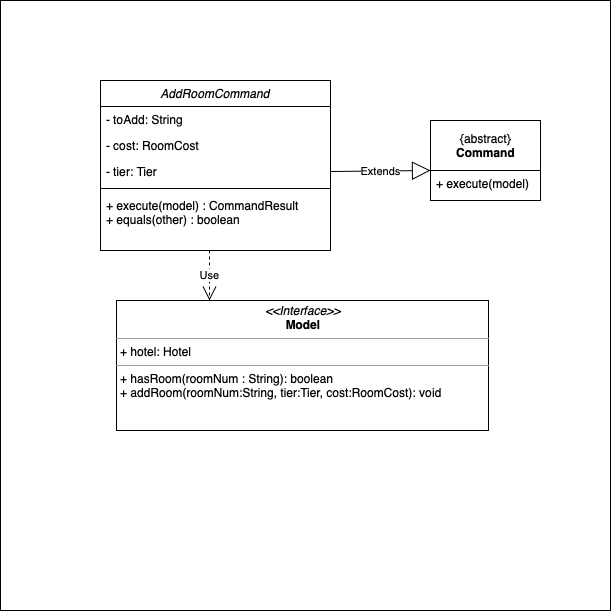
AY1920S2-CS2103T-W13-2/main keeps this draw.io diagram as images/AddRoomClassDiagram.png. Above is the earlier version. Source tidied: cells renumbered, new cells last; positions are measured from the earlier drawing's top-left corner, leaving out a move shared by most shapes. Source of this version:
```xml
<mxGraphModel>
  <root>
    <mxCell id="0" />
    <mxCell id="1" parent="0" />
    <mxCell id="2" style="whiteSpace=wrap;html=1;" parent="1" vertex="1">
      <mxGeometry width="610" height="610" as="geometry" />
    </mxCell>
    <mxCell id="3" style="rounded=0;whiteSpace=wrap;html=1;" parent="1" vertex="1">
      <mxGeometry x="430" y="170" width="110" height="30" as="geometry" />
    </mxCell>
    <mxCell id="4" value="{abstract}&lt;br&gt;&lt;b&gt;Command&lt;/b&gt;" style="html=1;" parent="1" vertex="1">
      <mxGeometry x="430" y="120" width="110" height="50" as="geometry" />
    </mxCell>
    <mxCell id="5" value="+ execute(model)" style="text;strokeColor=none;fillColor=none;align=left;verticalAlign=top;spacingLeft=4;spacingRight=4;overflow=hidden;" parent="1" vertex="1">
      <mxGeometry x="430" y="170" width="110" height="26" as="geometry" />
    </mxCell>
    <mxCell id="6" value="Extends" style="endArrow=block;endSize=16;endFill=0;html=1;exitX=1;exitY=0.5;exitDx=0;exitDy=0;" parent="1" edge="1" source="10">
      <mxGeometry relative="1" as="geometry">
        <mxPoint x="430" y="170" as="targetPoint" />
      </mxGeometry>
    </mxCell>
    <mxCell id="7" value="AddRoomCommand" style="swimlane;fontStyle=2;align=center;verticalAlign=top;horizontal=1;startSize=26;rounded=0;shadow=0;strokeWidth=1;" parent="1" vertex="1">
      <mxGeometry x="100" y="80" width="230" height="170" as="geometry" />
    </mxCell>
    <mxCell id="8" value="- toAdd: String" style="text;align=left;verticalAlign=top;spacingLeft=4;spacingRight=4;overflow=hidden;" parent="7" vertex="1">
      <mxGeometry y="26" width="230" height="26" as="geometry" />
    </mxCell>
    <mxCell id="9" value="- cost: RoomCost" style="text;align=left;verticalAlign=top;spacingLeft=4;spacingRight=4;overflow=hidden;rounded=0;shadow=0;html=0;" parent="7" vertex="1">
      <mxGeometry y="52" width="230" height="26" as="geometry" />
    </mxCell>
    <mxCell id="10" value="- tier: Tier" style="text;align=left;verticalAlign=top;spacingLeft=4;spacingRight=4;overflow=hidden;points=[[0,0.5],[1,0.5]];portConstraint=eastwest;rounded=0;shadow=0;html=0;" parent="7" vertex="1">
      <mxGeometry y="78" width="230" height="26" as="geometry" />
    </mxCell>
    <mxCell id="11" style="line;html=1;strokeWidth=1;align=left;verticalAlign=middle;spacingTop=-1;spacingLeft=3;spacingRight=3;labelPosition=right;" parent="7" vertex="1">
      <mxGeometry y="104" width="230" height="8" as="geometry" />
    </mxCell>
    <mxCell id="12" value="+ execute(model) : CommandResult&#10;+ equals(other) : boolean" style="text;align=left;verticalAlign=top;spacingLeft=4;spacingRight=4;overflow=hidden;points=[[0,0.5],[1,0.5]];portConstraint=eastwest;" parent="7" vertex="1">
      <mxGeometry y="112" width="230" height="58" as="geometry" />
    </mxCell>
    <mxCell id="13" value="&lt;p style=&quot;margin: 0px ; margin-top: 4px ; text-align: center&quot;&gt;&lt;i&gt;&amp;lt;&amp;lt;Interface&amp;gt;&amp;gt;&lt;/i&gt;&lt;br&gt;&lt;b&gt;Model&lt;/b&gt;&lt;/p&gt;&lt;hr size=&quot;1&quot;&gt;&lt;p style=&quot;margin: 0px ; margin-left: 4px&quot;&gt;+ hotel: Hotel&lt;br&gt;&lt;/p&gt;&lt;hr size=&quot;1&quot;&gt;&lt;p style=&quot;margin: 0px ; margin-left: 4px&quot;&gt;+ hasRoom(roomNum : String): boolean&lt;br&gt;+ addRoom(roomNum:String, tier:Tier, cost:RoomCost): void&lt;/p&gt;" style="verticalAlign=top;align=left;overflow=fill;fontSize=12;fontFamily=Helvetica;html=1;" parent="1" vertex="1">
      <mxGeometry x="116" y="300" width="372" height="130" as="geometry" />
    </mxCell>
    <mxCell id="14" value="Use" style="endArrow=open;endSize=12;dashed=1;html=1;entryX=0.25;entryY=0;entryDx=0;entryDy=0;exitX=0.474;exitY=1;exitDx=0;exitDy=0;exitPerimeter=0;" parent="1" edge="1" source="12" target="13">
      <mxGeometry relative="1" as="geometry" />
    </mxCell>
  </root>
</mxGraphModel>
```
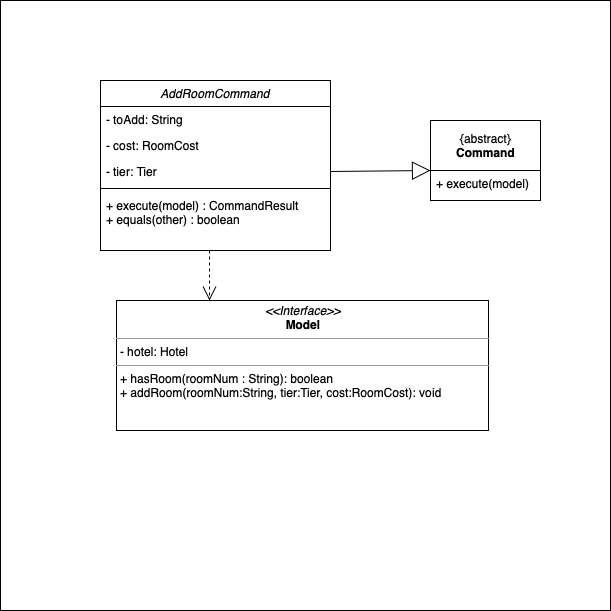
The same diagram one commit later.

The edit, as a diff of the source:
```diff
@@ -14,7 +14,7 @@
     <mxCell id="5" value="+ execute(model)" style="text;strokeColor=none;fillColor=none;align=left;verticalAlign=top;spacingLeft=4;spacingRight=4;overflow=hidden;" parent="1" vertex="1">
       <mxGeometry x="430" y="170" width="110" height="26" as="geometry" />
     </mxCell>
-    <mxCell id="6" value="Extends" style="endArrow=block;endSize=16;endFill=0;html=1;exitX=1;exitY=0.5;exitDx=0;exitDy=0;" parent="1" edge="1" source="10">
+    <mxCell id="6" style="endArrow=block;endSize=16;endFill=0;html=1;exitX=1;exitY=0.5;exitDx=0;exitDy=0;" parent="1" edge="1" source="10">
       <mxGeometry relative="1" as="geometry">
         <mxPoint x="430" y="170" as="targetPoint" />
       </mxGeometry>
@@ -37,10 +37,10 @@
     <mxCell id="12" value="+ execute(model) : CommandResult&#10;+ equals(other) : boolean" style="text;align=left;verticalAlign=top;spacingLeft=4;spacingRight=4;overflow=hidden;points=[[0,0.5],[1,0.5]];portConstraint=eastwest;" parent="7" vertex="1">
       <mxGeometry y="112" width="230" height="58" as="geometry" />
     </mxCell>
-    <mxCell id="13" value="&lt;p style=&quot;margin: 0px ; margin-top: 4px ; text-align: center&quot;&gt;&lt;i&gt;&amp;lt;&amp;lt;Interface&amp;gt;&amp;gt;&lt;/i&gt;&lt;br&gt;&lt;b&gt;Model&lt;/b&gt;&lt;/p&gt;&lt;hr size=&quot;1&quot;&gt;&lt;p style=&quot;margin: 0px ; margin-left: 4px&quot;&gt;+ hotel: Hotel&lt;br&gt;&lt;/p&gt;&lt;hr size=&quot;1&quot;&gt;&lt;p style=&quot;margin: 0px ; margin-left: 4px&quot;&gt;+ hasRoom(roomNum : String): boolean&lt;br&gt;+ addRoom(roomNum:String, tier:Tier, cost:RoomCost): void&lt;/p&gt;" style="verticalAlign=top;align=left;overflow=fill;fontSize=12;fontFamily=Helvetica;html=1;" parent="1" vertex="1">
+    <mxCell id="13" value="&lt;p style=&quot;margin: 0px ; margin-top: 4px ; text-align: center&quot;&gt;&lt;i&gt;&amp;lt;&amp;lt;Interface&amp;gt;&amp;gt;&lt;/i&gt;&lt;br&gt;&lt;b&gt;Model&lt;/b&gt;&lt;/p&gt;&lt;hr size=&quot;1&quot;&gt;&lt;p style=&quot;margin: 0px ; margin-left: 4px&quot;&gt;- hotel: Hotel&lt;br&gt;&lt;/p&gt;&lt;hr size=&quot;1&quot;&gt;&lt;p style=&quot;margin: 0px ; margin-left: 4px&quot;&gt;+ hasRoom(roomNum : String): boolean&lt;br&gt;+ addRoom(roomNum:String, tier:Tier, cost:RoomCost): void&lt;/p&gt;" style="verticalAlign=top;align=left;overflow=fill;fontSize=12;fontFamily=Helvetica;html=1;" parent="1" vertex="1">
       <mxGeometry x="116" y="300" width="372" height="130" as="geometry" />
     </mxCell>
-    <mxCell id="14" value="Use" style="endArrow=open;endSize=12;dashed=1;html=1;entryX=0.25;entryY=0;entryDx=0;entryDy=0;exitX=0.474;exitY=1;exitDx=0;exitDy=0;exitPerimeter=0;" parent="1" edge="1" source="12" target="13">
+    <mxCell id="14" style="endArrow=open;endSize=12;dashed=1;html=1;entryX=0.25;entryY=0;entryDx=0;entryDy=0;exitX=0.474;exitY=1;exitDx=0;exitDy=0;exitPerimeter=0;" parent="1" edge="1" source="12" target="13">
       <mxGeometry relative="1" as="geometry" />
     </mxCell>
   </root>
```
